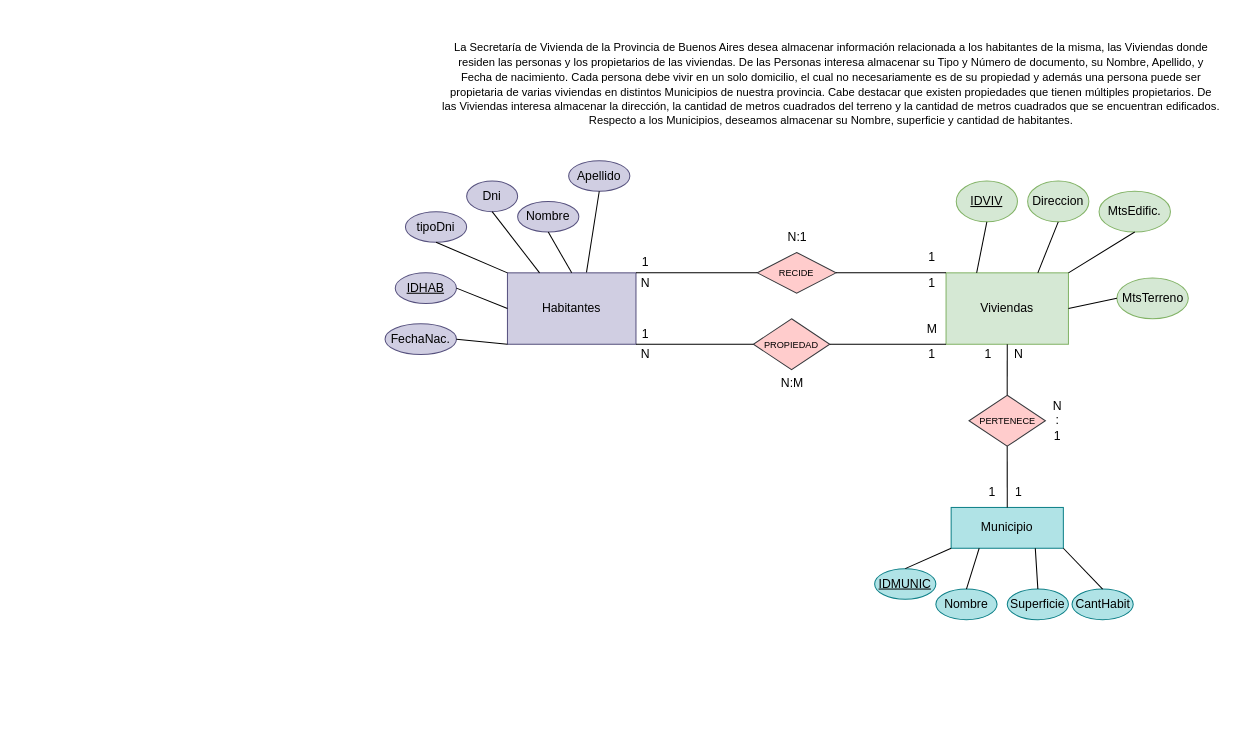
The draw.io diagram EJERCICIO3ViviendasdelaProvincia.drawio in jesicaacosta/PracticasAutocadMedios1, before the edit. Source tidied: cells renumbered, new cells numbered last; positions are measured from the earlier drawing's top-left corner, leaving out a move shared by most shapes. Both pictures are drawn from the tidied source at 102%, with x=0, y=0 at pixel (385, 17).
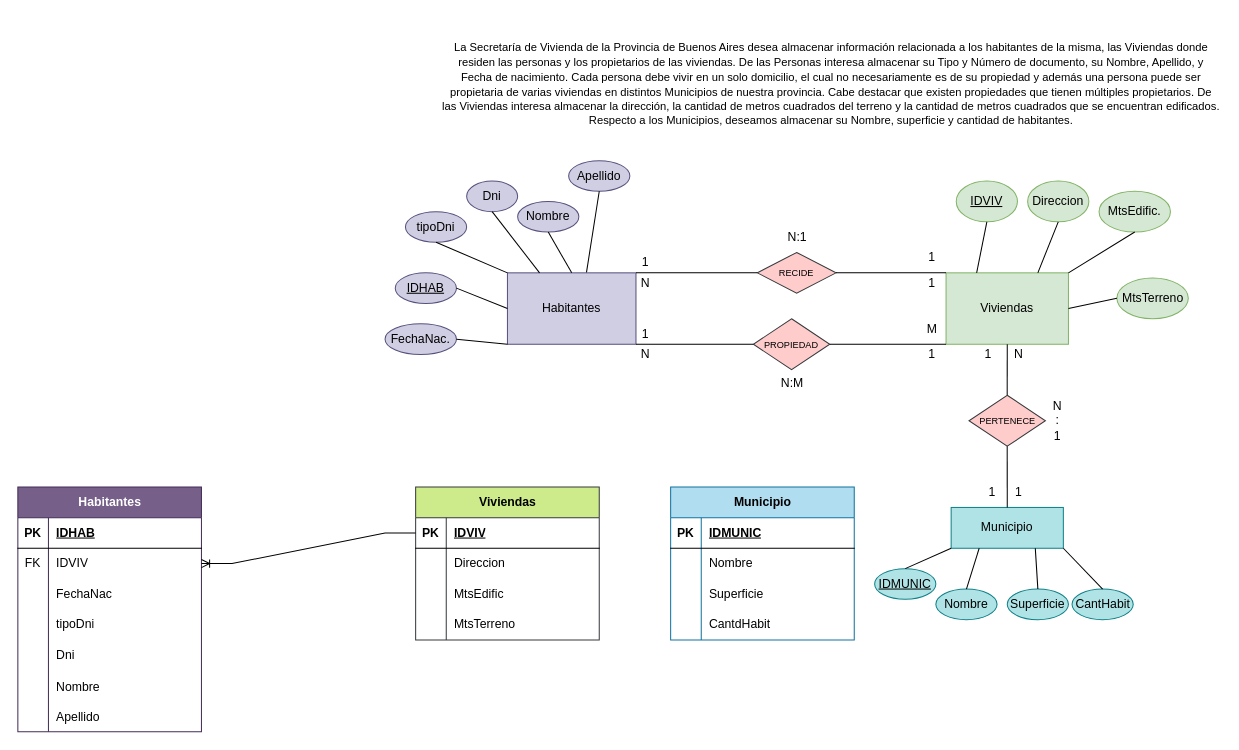
After the change.

The edit, as a diff of the source:
```diff
@@
+    <mxCell id="59" value="Habitantes" style="shape=table;startSize=30;childLayout=tableLayout;rowLines=0;fontStyle=1;align=center;html=1;fillColor=#76608a;fontColor=#ffffff;strokeColor=#432D57;" parent="1" vertex="1">
+      <mxGeometry x="-360" y="460" width="180" height="240" as="geometry" />
+    </mxCell>
+    <mxCell id="60" style="shape=tableRow;horizontal=0;startSize=0;swimlaneHead=0;swimlaneBody=0;fillColor=none;top=0;left=0;right=0;bottom=1;" parent="59" vertex="1">
+      <mxGeometry y="30" width="180" height="30" as="geometry" />
+    </mxCell>
+    <mxCell id="61" value="PK" style="shape=partialRectangle;fillColor=none;top=0;left=0;bottom=0;right=0;fontStyle=1;overflow=hidden;whiteSpace=wrap;html=1;" parent="60" vertex="1">
+      <mxGeometry width="30" height="30" as="geometry" />
+    </mxCell>
+    <mxCell id="62" value="IDHAB" style="shape=partialRectangle;fillColor=none;top=0;left=0;bottom=0;right=0;align=left;spacingLeft=6;fontStyle=5;overflow=hidden;whiteSpace=wrap;html=1;" parent="60" vertex="1">
+      <mxGeometry x="30" width="150" height="30" as="geometry" />
+    </mxCell>
+    <mxCell id="63" style="shape=tableRow;horizontal=0;startSize=0;swimlaneHead=0;swimlaneBody=0;fillColor=none;points=[[0,0.5],[1,0.5]];portConstraint=eastwest;top=0;left=0;right=0;bottom=0;" parent="59" vertex="1">
+      <mxGeometry y="60" width="180" height="30" as="geometry" />
+    </mxCell>
+    <mxCell id="64" value="FK" style="shape=partialRectangle;fillColor=none;top=0;left=0;bottom=0;right=0;fontStyle=0;overflow=hidden;whiteSpace=wrap;html=1;" parent="63" vertex="1">
+      <mxGeometry width="30" height="30" as="geometry" />
+    </mxCell>
+    <mxCell id="65" value="IDVIV" style="shape=partialRectangle;fillColor=none;top=0;left=0;bottom=0;right=0;align=left;spacingLeft=6;fontStyle=0;overflow=hidden;whiteSpace=wrap;html=1;" parent="63" vertex="1">
+      <mxGeometry x="30" width="150" height="30" as="geometry" />
+    </mxCell>
+    <mxCell id="66" style="shape=tableRow;horizontal=0;startSize=0;swimlaneHead=0;swimlaneBody=0;fillColor=none;top=0;left=0;right=0;bottom=0;" parent="59" vertex="1">
+      <mxGeometry y="90" width="180" height="30" as="geometry" />
+    </mxCell>
+    <mxCell id="67" style="shape=partialRectangle;fillColor=none;top=0;left=0;bottom=0;right=0;overflow=hidden;whiteSpace=wrap;html=1;" parent="66" vertex="1">
+      <mxGeometry width="30" height="30" as="geometry" />
+    </mxCell>
+    <mxCell id="68" value="FechaNac" style="shape=partialRectangle;fillColor=none;top=0;left=0;bottom=0;right=0;align=left;spacingLeft=6;overflow=hidden;whiteSpace=wrap;html=1;" parent="66" vertex="1">
+      <mxGeometry x="30" width="150" height="30" as="geometry" />
+    </mxCell>
+    <mxCell id="69" style="shape=tableRow;horizontal=0;startSize=0;swimlaneHead=0;swimlaneBody=0;fillColor=none;top=0;left=0;right=0;bottom=0;" parent="59" vertex="1">
+      <mxGeometry y="120" width="180" height="30" as="geometry" />
+    </mxCell>
+    <mxCell id="70" style="shape=partialRectangle;fillColor=none;top=0;left=0;bottom=0;right=0;overflow=hidden;whiteSpace=wrap;html=1;" parent="69" vertex="1">
+      <mxGeometry width="30" height="30" as="geometry" />
+    </mxCell>
+    <mxCell id="71" value="tipoDni" style="shape=partialRectangle;fillColor=none;top=0;left=0;bottom=0;right=0;align=left;spacingLeft=6;overflow=hidden;whiteSpace=wrap;html=1;" parent="69" vertex="1">
+      <mxGeometry x="30" width="150" height="30" as="geometry" />
+    </mxCell>
+    <mxCell id="72" style="shape=tableRow;horizontal=0;startSize=0;swimlaneHead=0;swimlaneBody=0;fillColor=none;top=0;left=0;right=0;bottom=0;" parent="59" vertex="1">
+      <mxGeometry y="150" width="180" height="30" as="geometry" />
+    </mxCell>
+    <mxCell id="73" style="shape=partialRectangle;fillColor=none;top=0;left=0;bottom=0;right=0;overflow=hidden;whiteSpace=wrap;html=1;" parent="72" vertex="1">
+      <mxGeometry width="30" height="30" as="geometry" />
+    </mxCell>
+    <mxCell id="74" value="Dni" style="shape=partialRectangle;fillColor=none;top=0;left=0;bottom=0;right=0;align=left;spacingLeft=6;overflow=hidden;whiteSpace=wrap;html=1;" parent="72" vertex="1">
+      <mxGeometry x="30" width="150" height="30" as="geometry" />
+    </mxCell>
+    <mxCell id="75" style="shape=tableRow;horizontal=0;startSize=0;swimlaneHead=0;swimlaneBody=0;fillColor=none;top=0;left=0;right=0;bottom=0;" parent="59" vertex="1">
+      <mxGeometry y="180" width="180" height="30" as="geometry" />
+    </mxCell>
+    <mxCell id="76" style="shape=partialRectangle;fillColor=none;top=0;left=0;bottom=0;right=0;overflow=hidden;" parent="75" vertex="1">
+      <mxGeometry width="30" height="30" as="geometry" />
+    </mxCell>
+    <mxCell id="77" value="Nombre" style="shape=partialRectangle;fillColor=none;top=0;left=0;bottom=0;right=0;align=left;spacingLeft=6;overflow=hidden;" parent="75" vertex="1">
+      <mxGeometry x="30" width="150" height="30" as="geometry" />
+    </mxCell>
+    <mxCell id="78" style="shape=tableRow;horizontal=0;startSize=0;swimlaneHead=0;swimlaneBody=0;fillColor=none;top=0;left=0;right=0;bottom=0;" parent="59" vertex="1">
+      <mxGeometry y="210" width="180" height="30" as="geometry" />
+    </mxCell>
+    <mxCell id="79" style="shape=partialRectangle;fillColor=none;top=0;left=0;bottom=0;right=0;overflow=hidden;" parent="78" vertex="1">
+      <mxGeometry width="30" height="30" as="geometry" />
+    </mxCell>
+    <mxCell id="80" value="Apellido" style="shape=partialRectangle;fillColor=none;top=0;left=0;bottom=0;right=0;align=left;spacingLeft=6;overflow=hidden;" parent="78" vertex="1">
+      <mxGeometry x="30" width="150" height="30" as="geometry" />
+    </mxCell>
+    <mxCell id="81" value="Viviendas" style="shape=table;startSize=30;childLayout=tableLayout;rowLines=0;fontStyle=1;align=center;html=1;fillColor=#cdeb8b;strokeColor=#36393d;" parent="1" vertex="1">
+      <mxGeometry x="30" y="460" width="180" height="150" as="geometry" />
+    </mxCell>
+    <mxCell id="82" style="shape=tableRow;horizontal=0;startSize=0;swimlaneHead=0;swimlaneBody=0;fillColor=none;points=[[0,0.5],[1,0.5]];portConstraint=eastwest;top=0;left=0;right=0;bottom=1;" parent="81" vertex="1">
+      <mxGeometry y="30" width="180" height="30" as="geometry" />
+    </mxCell>
+    <mxCell id="83" value="PK" style="shape=partialRectangle;fillColor=none;top=0;left=0;bottom=0;right=0;fontStyle=1;overflow=hidden;whiteSpace=wrap;html=1;" parent="82" vertex="1">
+      <mxGeometry width="30" height="30" as="geometry" />
+    </mxCell>
+    <mxCell id="84" value="IDVIV" style="shape=partialRectangle;fillColor=none;top=0;left=0;bottom=0;right=0;align=left;spacingLeft=6;fontStyle=5;overflow=hidden;whiteSpace=wrap;html=1;" parent="82" vertex="1">
+      <mxGeometry x="30" width="150" height="30" as="geometry" />
+    </mxCell>
+    <mxCell id="85" style="shape=tableRow;horizontal=0;startSize=0;swimlaneHead=0;swimlaneBody=0;fillColor=none;top=0;left=0;right=0;bottom=0;" parent="81" vertex="1">
+      <mxGeometry y="60" width="180" height="30" as="geometry" />
+    </mxCell>
+    <mxCell id="86" style="shape=partialRectangle;fillColor=none;top=0;left=0;bottom=0;right=0;overflow=hidden;whiteSpace=wrap;html=1;" parent="85" vertex="1">
+      <mxGeometry width="30" height="30" as="geometry" />
+    </mxCell>
+    <mxCell id="87" value="Direccion" style="shape=partialRectangle;fillColor=none;top=0;left=0;bottom=0;right=0;align=left;spacingLeft=6;overflow=hidden;whiteSpace=wrap;html=1;" parent="85" vertex="1">
+      <mxGeometry x="30" width="150" height="30" as="geometry" />
+    </mxCell>
+    <mxCell id="88" style="shape=tableRow;horizontal=0;startSize=0;swimlaneHead=0;swimlaneBody=0;fillColor=none;top=0;left=0;right=0;bottom=0;" parent="81" vertex="1">
+      <mxGeometry y="90" width="180" height="30" as="geometry" />
+    </mxCell>
+    <mxCell id="89" style="shape=partialRectangle;fillColor=none;top=0;left=0;bottom=0;right=0;overflow=hidden;whiteSpace=wrap;html=1;" parent="88" vertex="1">
+      <mxGeometry width="30" height="30" as="geometry" />
+    </mxCell>
+    <mxCell id="90" value="MtsEdific" style="shape=partialRectangle;fillColor=none;top=0;left=0;bottom=0;right=0;align=left;spacingLeft=6;overflow=hidden;whiteSpace=wrap;html=1;" parent="88" vertex="1">
+      <mxGeometry x="30" width="150" height="30" as="geometry" />
+    </mxCell>
+    <mxCell id="91" style="shape=tableRow;horizontal=0;startSize=0;swimlaneHead=0;swimlaneBody=0;fillColor=none;top=0;left=0;right=0;bottom=0;" parent="81" vertex="1">
+      <mxGeometry y="120" width="180" height="30" as="geometry" />
+    </mxCell>
+    <mxCell id="92" style="shape=partialRectangle;fillColor=none;top=0;left=0;bottom=0;right=0;overflow=hidden;whiteSpace=wrap;html=1;" parent="91" vertex="1">
+      <mxGeometry width="30" height="30" as="geometry" />
+    </mxCell>
+    <mxCell id="93" value="MtsTerreno" style="shape=partialRectangle;fillColor=none;top=0;left=0;bottom=0;right=0;align=left;spacingLeft=6;overflow=hidden;whiteSpace=wrap;html=1;" parent="91" vertex="1">
+      <mxGeometry x="30" width="150" height="30" as="geometry" />
+    </mxCell>
+    <mxCell id="94" value="Municipio" style="shape=table;startSize=30;childLayout=tableLayout;rowLines=0;fontStyle=1;align=center;html=1;fillColor=#b1ddf0;strokeColor=#10739e;" parent="1" vertex="1">
+      <mxGeometry x="280" y="460" width="180" height="150" as="geometry" />
+    </mxCell>
+    <mxCell id="95" style="shape=tableRow;horizontal=0;startSize=0;swimlaneHead=0;swimlaneBody=0;fillColor=none;top=0;left=0;right=0;bottom=1;" parent="94" vertex="1">
+      <mxGeometry y="30" width="180" height="30" as="geometry" />
+    </mxCell>
+    <mxCell id="96" value="PK" style="shape=partialRectangle;fillColor=none;top=0;left=0;bottom=0;right=0;fontStyle=1;overflow=hidden;whiteSpace=wrap;html=1;" parent="95" vertex="1">
+      <mxGeometry width="30" height="30" as="geometry" />
+    </mxCell>
+    <mxCell id="97" value="IDMUNIC" style="shape=partialRectangle;fillColor=none;top=0;left=0;bottom=0;right=0;align=left;spacingLeft=6;fontStyle=5;overflow=hidden;whiteSpace=wrap;html=1;" parent="95" vertex="1">
+      <mxGeometry x="30" width="150" height="30" as="geometry" />
+    </mxCell>
+    <mxCell id="98" style="shape=tableRow;horizontal=0;startSize=0;swimlaneHead=0;swimlaneBody=0;fillColor=none;top=0;left=0;right=0;bottom=0;" parent="94" vertex="1">
+      <mxGeometry y="60" width="180" height="30" as="geometry" />
+    </mxCell>
+    <mxCell id="99" style="shape=partialRectangle;fillColor=none;top=0;left=0;bottom=0;right=0;overflow=hidden;whiteSpace=wrap;html=1;" parent="98" vertex="1">
+      <mxGeometry width="30" height="30" as="geometry" />
+    </mxCell>
+    <mxCell id="100" value="Nombre" style="shape=partialRectangle;fillColor=none;top=0;left=0;bottom=0;right=0;align=left;spacingLeft=6;overflow=hidden;whiteSpace=wrap;html=1;" parent="98" vertex="1">
+      <mxGeometry x="30" width="150" height="30" as="geometry" />
+    </mxCell>
+    <mxCell id="101" style="shape=tableRow;horizontal=0;startSize=0;swimlaneHead=0;swimlaneBody=0;fillColor=none;top=0;left=0;right=0;bottom=0;" parent="94" vertex="1">
+      <mxGeometry y="90" width="180" height="30" as="geometry" />
+    </mxCell>
+    <mxCell id="102" style="shape=partialRectangle;fillColor=none;top=0;left=0;bottom=0;right=0;overflow=hidden;whiteSpace=wrap;html=1;" parent="101" vertex="1">
+      <mxGeometry width="30" height="30" as="geometry" />
+    </mxCell>
+    <mxCell id="103" value="Superficie" style="shape=partialRectangle;fillColor=none;top=0;left=0;bottom=0;right=0;align=left;spacingLeft=6;overflow=hidden;whiteSpace=wrap;html=1;" parent="101" vertex="1">
+      <mxGeometry x="30" width="150" height="30" as="geometry" />
+    </mxCell>
+    <mxCell id="104" style="shape=tableRow;horizontal=0;startSize=0;swimlaneHead=0;swimlaneBody=0;fillColor=none;top=0;left=0;right=0;bottom=0;" parent="94" vertex="1">
+      <mxGeometry y="120" width="180" height="30" as="geometry" />
+    </mxCell>
+    <mxCell id="105" style="shape=partialRectangle;fillColor=none;top=0;left=0;bottom=0;right=0;overflow=hidden;whiteSpace=wrap;html=1;" parent="104" vertex="1">
+      <mxGeometry width="30" height="30" as="geometry" />
+    </mxCell>
+    <mxCell id="106" value="CantdHabit" style="shape=partialRectangle;fillColor=none;top=0;left=0;bottom=0;right=0;align=left;spacingLeft=6;overflow=hidden;whiteSpace=wrap;html=1;" parent="104" vertex="1">
+      <mxGeometry x="30" width="150" height="30" as="geometry" />
+    </mxCell>
+    <mxCell id="107" style="edgeStyle=entityRelationEdgeStyle;fontSize=12;html=1;endArrow=ERoneToMany;rounded=0;entryX=1;entryY=0.5;entryDx=0;entryDy=0;exitX=0;exitY=0.5;exitDx=0;exitDy=0;" parent="1" edge="1" source="82" target="63">
+      <mxGeometry relative="1" as="geometry" />
+    </mxCell>
```
